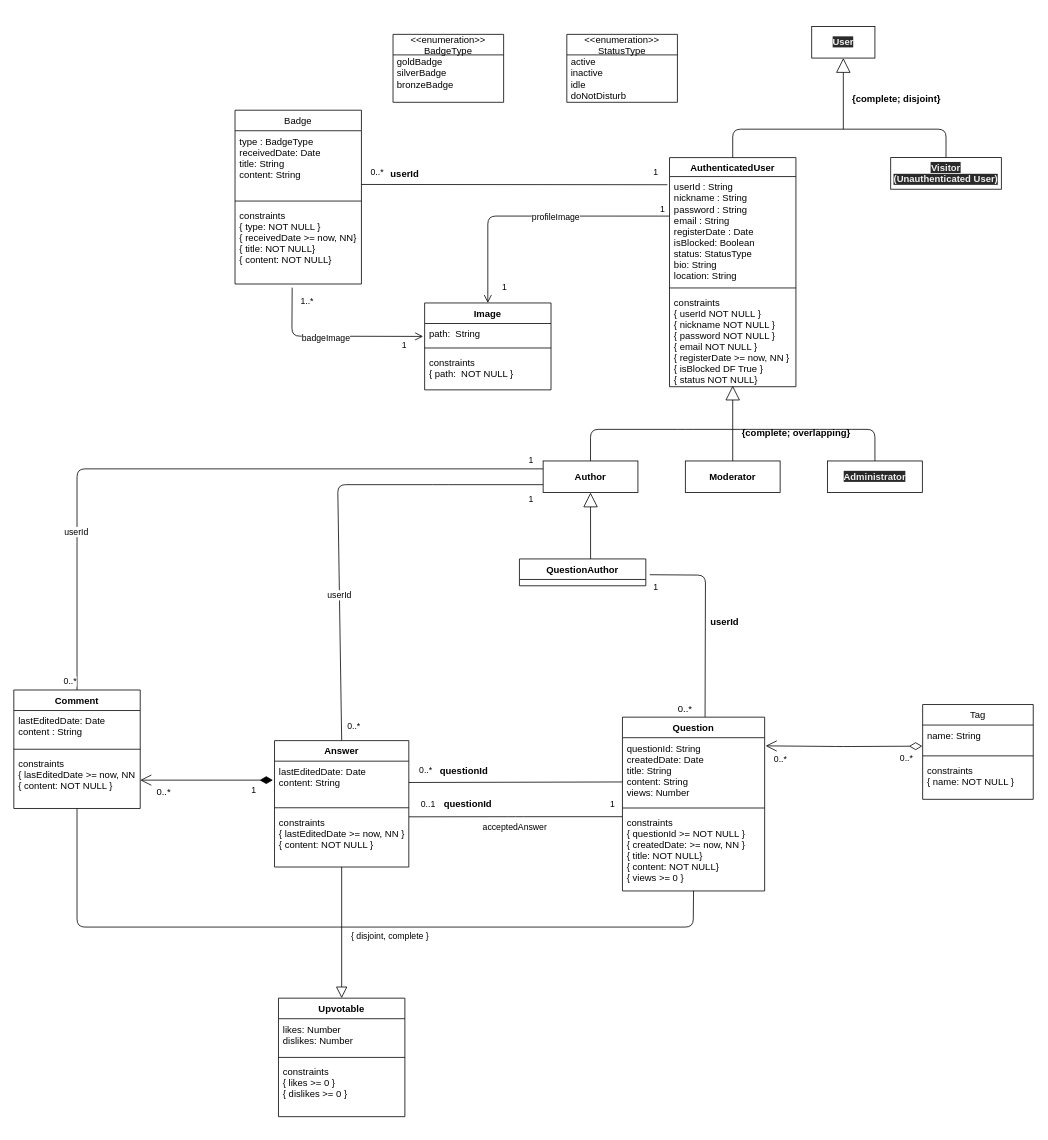
Before: datamodel/datamodel.drawio in FabioMiguel2000/iNeedHelp, a draw.io diagram. Source tidied: cells renumbered, new cells numbered last; positions are measured from the earlier drawing's top-left corner, leaving out a move shared by most shapes. Both pictures are drawn from the tidied source at 79%, with x=0, y=0 at pixel (13, 26).
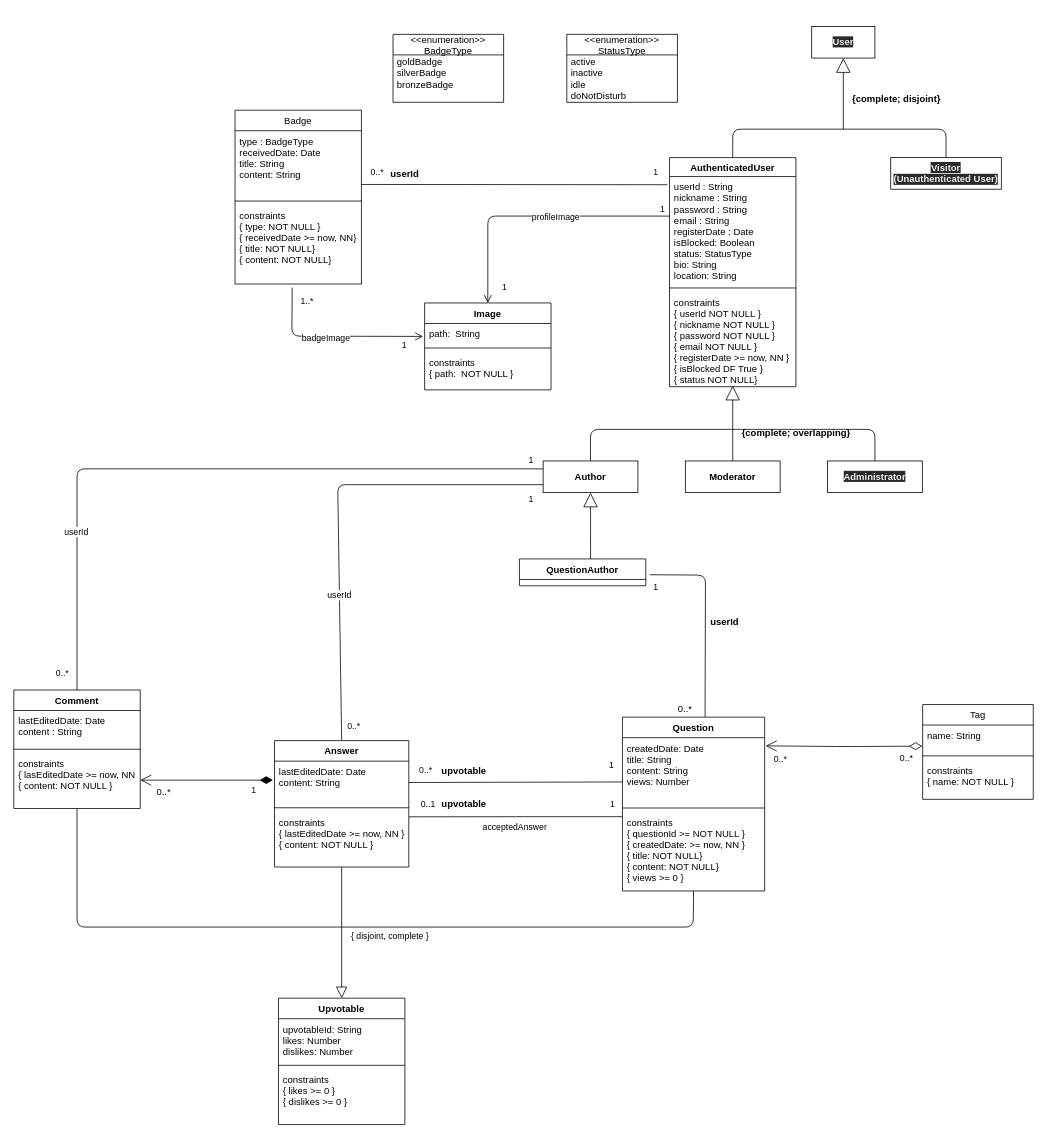
The same diagram, later.

Commit message (it also covers changes not shown here):
Minor changes to UML and realtional schema

The change refers to these unchanged cells:
```xml
<mxCell id="37" value="Question" style="swimlane;fontStyle=1;align=center;verticalAlign=top;horizontal=1;startSize=26;" parent="1" vertex="1">
  <mxGeometry x="770.4" y="874.3" width="180" height="220" as="geometry" />
</mxCell>
```

The edit, as a diff of the source:
```diff
@@
-    <mxCell id="38" value="questionId: String&#10;createdDate: Date&#10;title: String&#10;content: String&#10;views: Number&#10;" style="text;strokeColor=none;fillColor=none;align=left;verticalAlign=top;spacingLeft=4;spacingRight=4;overflow=hidden;points=[[0,0.5],[1,0.5]];portConstraint=eastwest;" parent="37" vertex="1">
+    <mxCell id="38" value="createdDate: Date&#10;title: String&#10;content: String&#10;views: Number&#10;" style="text;strokeColor=none;fillColor=none;align=left;verticalAlign=top;spacingLeft=4;spacingRight=4;overflow=hidden;points=[[0,0.5],[1,0.5]];portConstraint=eastwest;" parent="37" vertex="1">
       <mxGeometry y="26" width="180" height="84" as="geometry" />
     </mxCell>
@@
     <mxCell id="45" value="Upvotable" style="swimlane;fontStyle=1;align=center;verticalAlign=top;horizontal=1;startSize=26;" parent="1" vertex="1">
-      <mxGeometry x="335" y="1230" width="160" height="150" as="geometry" />
+      <mxGeometry x="335" y="1230" width="160" height="160" as="geometry" />
     </mxCell>
-    <mxCell id="46" value="likes: Number&#10;dislikes: Number" style="text;strokeColor=none;fillColor=none;align=left;verticalAlign=top;spacingLeft=4;spacingRight=4;overflow=hidden;" parent="45" vertex="1">
-      <mxGeometry y="26" width="160" height="44" as="geometry" />
+    <mxCell id="46" value="upvotableId: String&#10;likes: Number&#10;dislikes: Number" style="text;strokeColor=none;fillColor=none;align=left;verticalAlign=top;spacingLeft=4;spacingRight=4;overflow=hidden;" parent="45" vertex="1">
+      <mxGeometry y="26" width="160" height="54" as="geometry" />
     </mxCell>
     <mxCell id="47" style="line;strokeWidth=1;fillColor=none;align=left;verticalAlign=middle;spacingTop=-1;spacingLeft=3;spacingRight=3;labelPosition=right;" parent="45" vertex="1">
-      <mxGeometry y="70" width="160" height="10" as="geometry" />
+      <mxGeometry y="80" width="160" height="10" as="geometry" />
     </mxCell>
     <mxCell id="48" value="constraints&#10;{ likes &gt;= 0 }&#10;{ dislikes &gt;= 0 }" style="text;strokeColor=none;fillColor=none;align=left;verticalAlign=top;spacingLeft=4;spacingRight=4;overflow=hidden;" parent="45" vertex="1">
-      <mxGeometry y="80" width="160" height="70" as="geometry" />
+      <mxGeometry y="90" width="160" height="70" as="geometry" />
     </mxCell>
@@
     <mxCell id="75" value="0..*" style="edgeLabel;html=1;align=right;verticalAlign=bottom;" parent="1" vertex="1">
-      <mxGeometry x="170" y="839.9" as="geometry">
+      <mxGeometry x="160" y="830" as="geometry">
         <mxPoint x="-90" y="-3" as="offset" />
       </mxGeometry>
     </mxCell>
@@
-    <mxCell id="77" value="questionId" style="text;align=center;fontStyle=1;verticalAlign=middle;spacingLeft=3;spacingRight=3;strokeColor=none;" parent="1" vertex="1">
+    <mxCell id="77" value="upvotable" style="text;align=center;fontStyle=1;verticalAlign=middle;spacingLeft=3;spacingRight=3;strokeColor=none;" parent="1" vertex="1">
       <mxGeometry x="535" y="934" width="70" height="16" as="geometry" />
     </mxCell>
-    <mxCell id="78" value="questionId" style="text;align=center;fontStyle=1;verticalAlign=middle;spacingLeft=3;spacingRight=3;strokeColor=none;" parent="1" vertex="1">
-      <mxGeometry x="535" y="971" width="80" height="26" as="geometry" />
+    <mxCell id="78" value="upvotable" style="text;align=center;fontStyle=1;verticalAlign=middle;spacingLeft=3;spacingRight=3;strokeColor=none;" parent="1" vertex="1">
+      <mxGeometry x="530" y="971" width="80" height="26" as="geometry" />
     </mxCell>
@@
+    <mxCell id="90" value="1" style="edgeLabel;html=1;align=left;verticalAlign=bottom;" parent="1" vertex="1">
+      <mxGeometry x="760" y="1003.3" as="geometry">
+        <mxPoint x="-8" y="-60" as="offset" />
+      </mxGeometry>
+    </mxCell>
```
